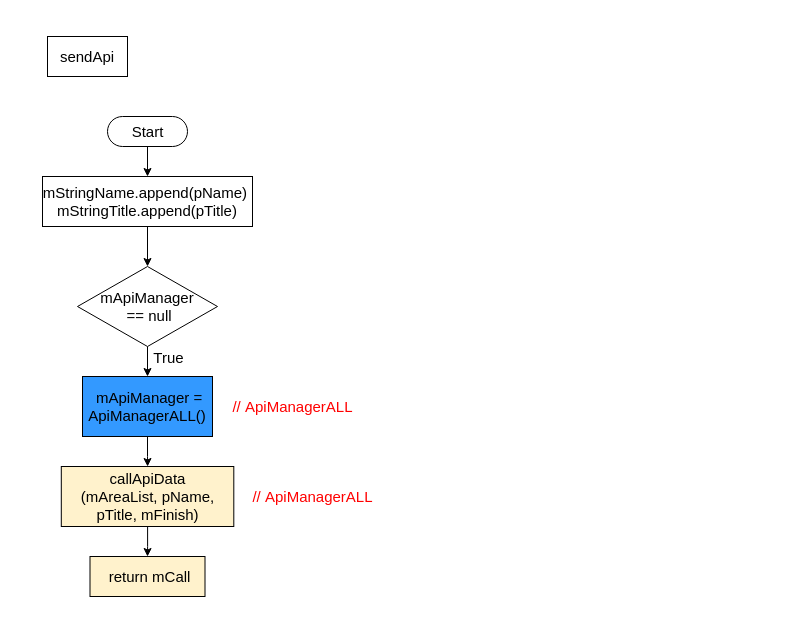
ccckyc/draw keeps this draw.io diagram as page "AllViewModel" (8 of 13) of 一般流程.drawio. Above is the earlier version. Source tidied: cells renumbered, new cells numbered last; positions are measured from the earlier drawing's top-left corner, leaving out a move shared by most shapes. Both pictures are drawn from the tidied source at 100%, with x=0, y=0 at pixel (42, 36).
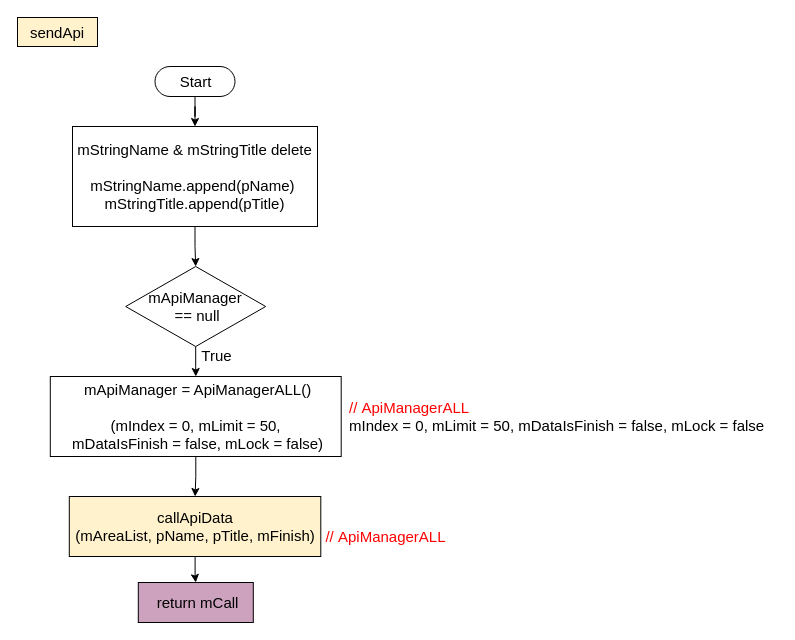
The same page after the edit.

Change to the diagram source:
```diff
@@
 <mxGraphModel>
   <root>
     <mxCell id="0" />
     <mxCell id="1" parent="0" />
-    <mxCell id="2" value="sendApi" style="rounded=0;whiteSpace=wrap;html=1;labelBackgroundColor=none;labelBorderColor=none;fontFamily=Helvetica;fontSize=15;fontColor=none;strokeWidth=1;fillColor=#FFFFFF;gradientColor=none;" parent="1" vertex="1">
-      <mxGeometry x="5" width="80" height="40" as="geometry" />
+    <mxCell id="2" value="sendApi" style="rounded=0;whiteSpace=wrap;html=1;labelBackgroundColor=none;labelBorderColor=none;fontFamily=Helvetica;fontSize=15;fontColor=none;strokeWidth=1;fillColor=#FFF2CC;gradientColor=none;" parent="1" vertex="1">
+      <mxGeometry x="-25" y="-19" width="80" height="29" as="geometry" />
     </mxCell>
     <mxCell id="3" style="edgeStyle=orthogonalEdgeStyle;rounded=0;jettySize=auto;html=1;labelBackgroundColor=#FFFFFF;labelBorderColor=none;fontFamily=Helvetica;fontSize=15;fontColor=none;strokeColor=#000000;strokeWidth=1;" parent="1" edge="1" source="4" target="6">
       <mxGeometry relative="1" as="geometry" />
     </mxCell>
     <mxCell id="4" value="Start" style="html=1;dashed=0;whitespace=wrap;shape=mxgraph.dfd.start;fontStyle=0;fontSize=15;fontFamily=Helvetica;" parent="1" vertex="1">
-      <mxGeometry x="65" y="80" width="80" height="30" as="geometry" />
+      <mxGeometry x="112.5" y="30" width="80" height="30" as="geometry" />
     </mxCell>
     <mxCell id="5" style="edgeStyle=orthogonalEdgeStyle;rounded=0;jettySize=auto;html=1;labelBackgroundColor=#FFFFFF;labelBorderColor=none;fontFamily=Helvetica;fontSize=15;fontColor=none;strokeColor=#000000;strokeWidth=1;" parent="1" edge="1" source="6" target="9">
       <mxGeometry relative="1" as="geometry" />
     </mxCell>
-    <mxCell id="6" value="&lt;div&gt;mStringName.append(pName)&lt;span&gt;&amp;nbsp;&lt;/span&gt;&lt;/div&gt;&lt;div&gt;&lt;span&gt;mStringTitle.append(pTitle)&lt;/span&gt;&lt;/div&gt;" style="whiteSpace=wrap;html=1;fontSize=15;dashed=0;fontStyle=0;" parent="1" vertex="1">
-      <mxGeometry y="140" width="210" height="50" as="geometry" />
+    <mxCell id="6" value="&lt;div&gt;&lt;div&gt;mStringName &amp;amp;&amp;nbsp;&lt;span&gt;mStringTitle&lt;/span&gt;&lt;span&gt;&amp;nbsp;delete&lt;/span&gt;&lt;/div&gt;&lt;div&gt;&lt;span&gt;&lt;br&gt;&lt;/span&gt;&lt;/div&gt;mStringName.append(pName)&lt;span&gt;&amp;nbsp;&lt;/span&gt;&lt;/div&gt;&lt;div&gt;&lt;span&gt;mStringTitle.append(pTitle)&lt;/span&gt;&lt;/div&gt;" style="whiteSpace=wrap;html=1;fontSize=15;dashed=0;fontStyle=0;align=center;" parent="1" vertex="1">
+      <mxGeometry x="30" y="90" width="245" height="100" as="geometry" />
     </mxCell>
     <mxCell id="7" style="edgeStyle=orthogonalEdgeStyle;rounded=0;jettySize=auto;html=1;labelBackgroundColor=#FFFFFF;labelBorderColor=none;fontFamily=Helvetica;fontSize=15;fontColor=none;strokeColor=#000000;strokeWidth=1;" parent="1" edge="1" source="9" target="11">
       <mxGeometry relative="1" as="geometry" />
     </mxCell>
     <mxCell id="8" value="True" style="edgeLabel;html=1;align=center;verticalAlign=middle;fontSize=15;fontFamily=Helvetica;fontColor=#000000;" parent="7" vertex="1">
       <mxGeometry x="-0.79" relative="1" as="geometry">
         <mxPoint x="20" y="5" as="offset" />
       </mxGeometry>
     </mxCell>
     <mxCell id="9" value="mApiManager&lt;br&gt;&amp;nbsp;== null" style="rhombus;whiteSpace=wrap;html=1;fontSize=15;dashed=0;fontStyle=0;" parent="1" vertex="1">
-      <mxGeometry x="35" y="230" width="140" height="80" as="geometry" />
+      <mxGeometry x="83.2" y="230" width="140" height="80" as="geometry" />
     </mxCell>
     <mxCell id="10" style="edgeStyle=orthogonalEdgeStyle;rounded=0;jettySize=auto;html=1;labelBackgroundColor=#FFFFFF;labelBorderColor=none;fontFamily=Helvetica;fontSize=15;fontColor=#000000;strokeColor=#000000;strokeWidth=1;" parent="1" edge="1" source="11" target="14">
       <mxGeometry relative="1" as="geometry" />
     </mxCell>
-    <mxCell id="11" value="&amp;nbsp;mApiManager = ApiManagerALL()" style="whiteSpace=wrap;html=1;fontSize=15;dashed=0;fontStyle=0;fillColor=#3399FF;" parent="1" vertex="1">
-      <mxGeometry x="40" y="340" width="130" height="60" as="geometry" />
+    <mxCell id="11" value="&amp;nbsp;mApiManager = ApiManagerALL()&lt;br&gt;&lt;br&gt;(&lt;span style=&quot;text-align: left&quot;&gt;mIndex = 0,&amp;nbsp;&lt;/span&gt;&lt;span style=&quot;text-align: left&quot;&gt;mLimit = 50,&lt;br&gt;&amp;nbsp;&lt;/span&gt;&lt;span style=&quot;text-align: left&quot;&gt;mDataIsFinish = false,&amp;nbsp;&lt;/span&gt;&lt;span style=&quot;text-align: left&quot;&gt;mLock = false&lt;/span&gt;)" style="whiteSpace=wrap;html=1;fontSize=15;dashed=0;fontStyle=0;fillColor=#FFFFFF;" parent="1" vertex="1">
+      <mxGeometry x="7.8" y="340" width="290.9" height="80" as="geometry" />
     </mxCell>
-    <mxCell id="12" value="&lt;font color=&quot;#ff0000&quot;&gt;//&amp;nbsp;&lt;span&gt;ApiManagerALL&lt;/span&gt;&lt;/font&gt;" style="text;html=1;align=center;verticalAlign=middle;strokeColor=none;fillColor=none;fontSize=15;fontFamily=Helvetica;fontColor=none;" parent="1" vertex="1">
-      <mxGeometry x="185" y="360" width="130" height="20" as="geometry" />
+    <mxCell id="12" value="&lt;font color=&quot;#ff0000&quot;&gt;//&amp;nbsp;&lt;span&gt;ApiManagerALL&lt;br&gt;&lt;/span&gt;&lt;/font&gt;&lt;div&gt;mIndex = 0,&amp;nbsp;&lt;span&gt;mLimit = 50,&amp;nbsp;&lt;/span&gt;&lt;span&gt;mDataIsFinish = false,&amp;nbsp;&lt;/span&gt;&lt;span&gt;mLock = false&lt;/span&gt;&lt;/div&gt;" style="text;html=1;align=left;verticalAlign=middle;strokeColor=none;fillColor=none;fontSize=15;fontFamily=Helvetica;fontColor=none;" parent="1" vertex="1">
+      <mxGeometry x="305" y="360" width="430" height="40" as="geometry" />
     </mxCell>
     <mxCell id="13" style="edgeStyle=orthogonalEdgeStyle;rounded=0;jettySize=auto;html=1;labelBackgroundColor=#FFFFFF;labelBorderColor=none;fontFamily=Helvetica;fontSize=15;fontColor=#000000;strokeColor=#000000;strokeWidth=1;" parent="1" edge="1" source="14" target="16">
       <mxGeometry relative="1" as="geometry" />
     </mxCell>
     <mxCell id="14" value="callApiData&lt;br&gt;(mAreaList, pName, pTitle, mFinish)" style="whiteSpace=wrap;html=1;fontSize=15;dashed=0;fontStyle=0;fillColor=#FFF2CC;strokeColor=#000000;" parent="1" vertex="1">
-      <mxGeometry x="18.8" y="430" width="172.5" height="60" as="geometry" />
+      <mxGeometry x="26.8" y="460" width="251.5" height="60" as="geometry" />
     </mxCell>
     <mxCell id="15" value="&lt;font color=&quot;#ff0000&quot;&gt;//&amp;nbsp;&lt;span&gt;ApiManagerALL&lt;/span&gt;&lt;/font&gt;" style="text;html=1;align=center;verticalAlign=middle;strokeColor=none;fillColor=none;fontSize=15;fontFamily=Helvetica;fontColor=none;" parent="1" vertex="1">
-      <mxGeometry x="205" y="450" width="130" height="20" as="geometry" />
+      <mxGeometry x="278.2" y="490" width="130" height="20" as="geometry" />
     </mxCell>
-    <mxCell id="16" value="&amp;nbsp;return mCall" style="whiteSpace=wrap;html=1;fontSize=15;dashed=0;fontStyle=0;fillColor=#FFF2CC;" parent="1" vertex="1">
-      <mxGeometry x="47.5" y="520" width="115" height="40" as="geometry" />
+    <mxCell id="16" value="&amp;nbsp;return mCall" style="whiteSpace=wrap;html=1;fontSize=15;dashed=0;fontStyle=0;fillColor=#CDA2BE;" parent="1" vertex="1">
+      <mxGeometry x="95.8" y="546" width="115" height="40" as="geometry" />
     </mxCell>
   </root>
 </mxGraphModel>
```
